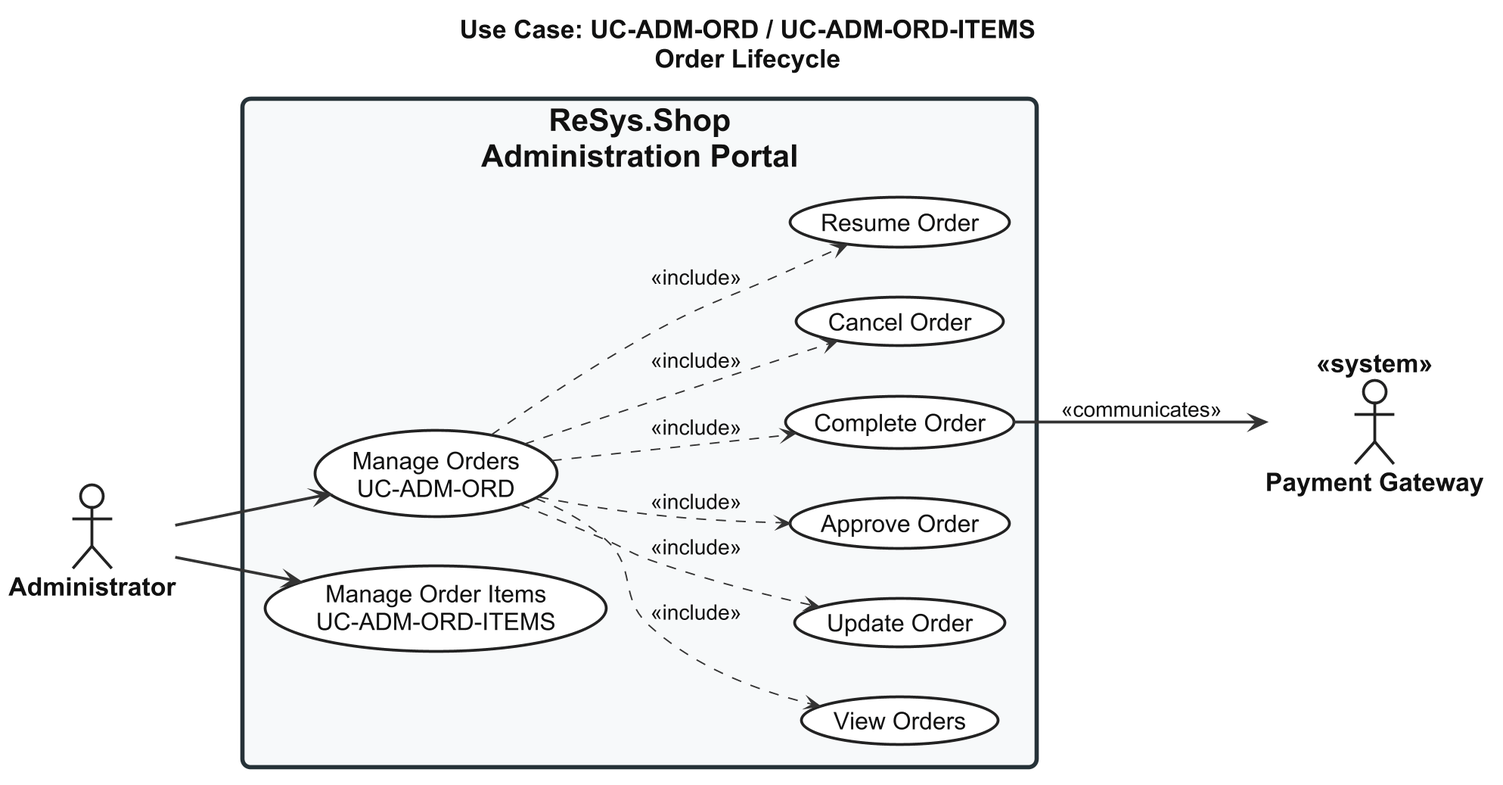
Earlier version of the PlantUML export thesis/figures/chapters/part2/ch2-design/02-use-cases/diagrams/P2S2.2.2_usecase-order-lifecycle.png (qingfa-dev/ReSys.Shop).
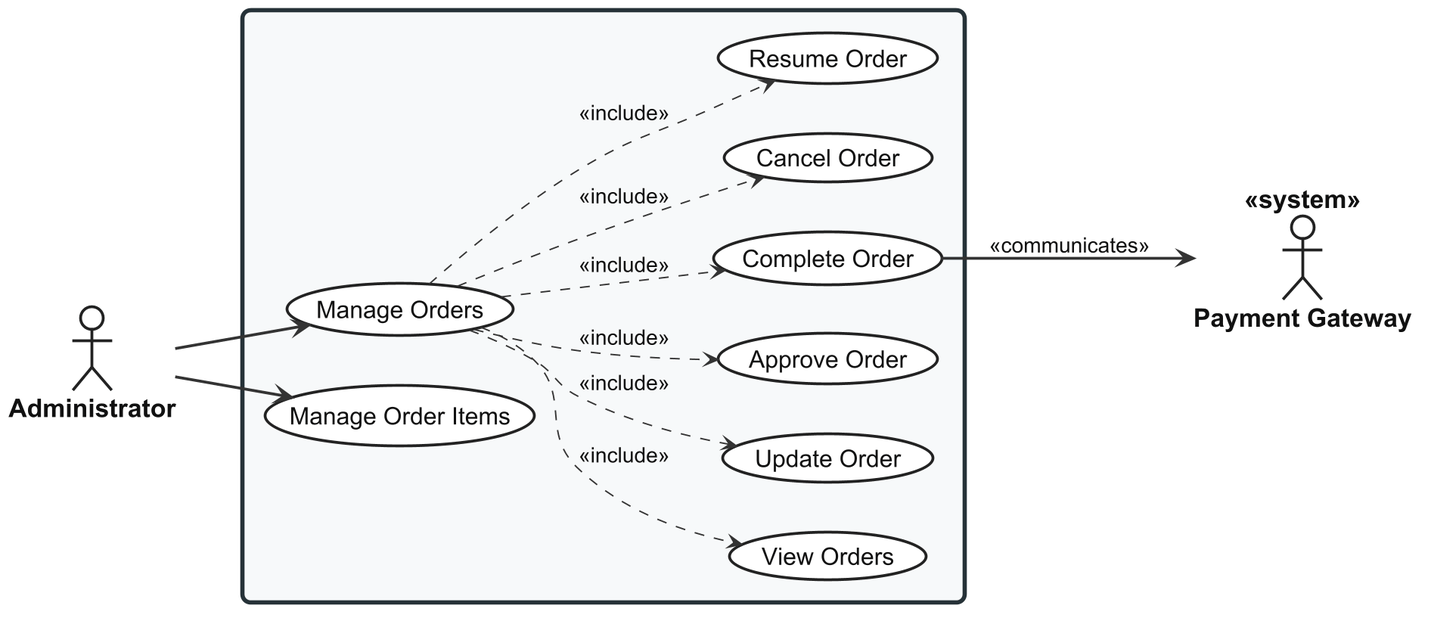
The same diagram one commit later.

What changed in the source:
```diff
@@ -56,14 +56,13 @@
 
 </style>
 
-title Use Case: UC-ADM-ORD / UC-ADM-ORD-ITEMS\nOrder Lifecycle
 
 actor "Administrator" as Admin
 actor "Payment Gateway" as Gateway <<system>>
 
-rectangle "ReSys.Shop\nAdministration Portal" {
+rectangle {
 
-  usecase "Manage Orders\nUC-ADM-ORD" as UC_MAIN
+  usecase "Manage Orders" as UC_MAIN
 
   usecase "View Orders" as UC_VIEW
   usecase "Update Order" as UC_UPDATE
@@ -72,7 +71,7 @@
   usecase "Cancel Order" as UC_CANCEL
   usecase "Resume Order" as UC_RESUME
 
-  usecase "Manage Order Items\nUC-ADM-ORD-ITEMS" as UC_ITEMS
+  usecase "Manage Order Items" as UC_ITEMS
 
 }
 
```
